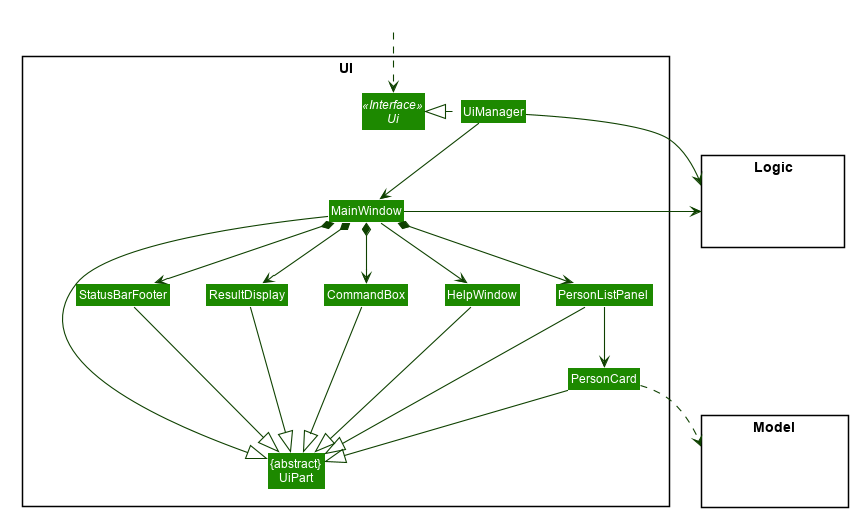
Above: docs/images/UiClassDiagram.png in nus-cs2103-AY2021S1/tp (PlantUML), before the change.
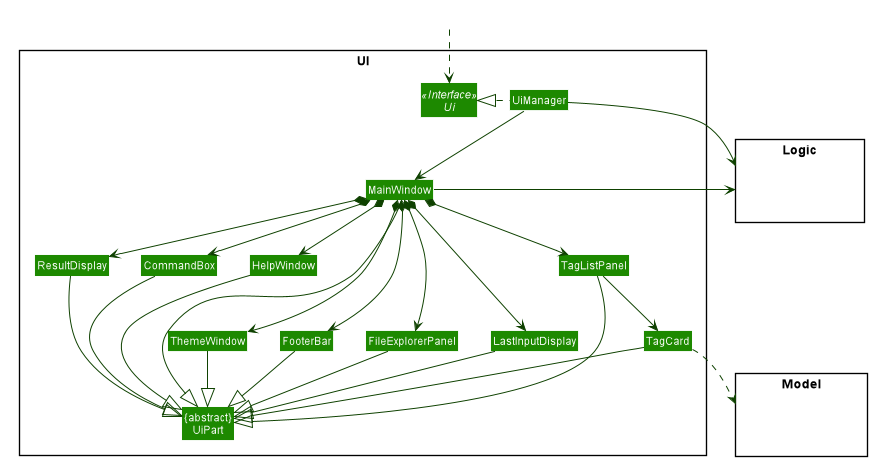
After the change.

The edit, as a diff of the source:
```diff
@@ -56,12 +56,15 @@
 Class "{abstract}\nUiPart" as UiPart
 Class UiManager
 Class MainWindow
+Class ThemeWindow
 Class HelpWindow
 Class ResultDisplay
-Class PersonListPanel
-Class PersonCard
-Class StatusBarFooter
+Class TagListPanel
+Class TagCard
 Class CommandBox
+Class FooterBar
+Class FileExplorerPanel
+Class LastInputDisplay
 }
 
 package Model <<Rectangle>> {
@@ -77,31 +80,36 @@
 
 UiManager .left.|> Ui
 UiManager -down-> MainWindow
-MainWindow --> HelpWindow
-MainWindow *-down-> CommandBox
+MainWindow *--> HelpWindow
+MainWindow *--> ThemeWindow
+MainWindow *--> FooterBar
+MainWindow *--> LastInputDisplay
+MainWindow *--> FileExplorerPanel
+MainWindow *--> CommandBox
 MainWindow *-down-> ResultDisplay
-MainWindow *-down-> PersonListPanel
-MainWindow *-down-> StatusBarFooter
+MainWindow *-down-> TagListPanel
 
-PersonListPanel -down-> PersonCard
+TagListPanel -down-> TagCard
 
 MainWindow -left-|> UiPart
 
 ResultDisplay --|> UiPart
 CommandBox --|> UiPart
-PersonListPanel --|> UiPart
-PersonCard --|> UiPart
-StatusBarFooter --|> UiPart
+TagListPanel --|> UiPart
+TagCard --|> UiPart
 HelpWindow -down-|> UiPart
+ThemeWindow --|> UiPart
+FooterBar --|> UiPart
+FileExplorerPanel --|> UiPart
+LastInputDisplay --|> UiPart
 
-PersonCard ..> Model
+TagCard ..> Model
 UiManager -right-> Logic
 MainWindow -left-> Logic
 
-PersonListPanel -[hidden]left- HelpWindow
+TagListPanel -[hidden]left- HelpWindow
 HelpWindow -[hidden]left- CommandBox
 CommandBox -[hidden]left- ResultDisplay
-ResultDisplay -[hidden]left- StatusBarFooter
 
 MainWindow -[hidden]-|> UiPart
 @enduml
```
